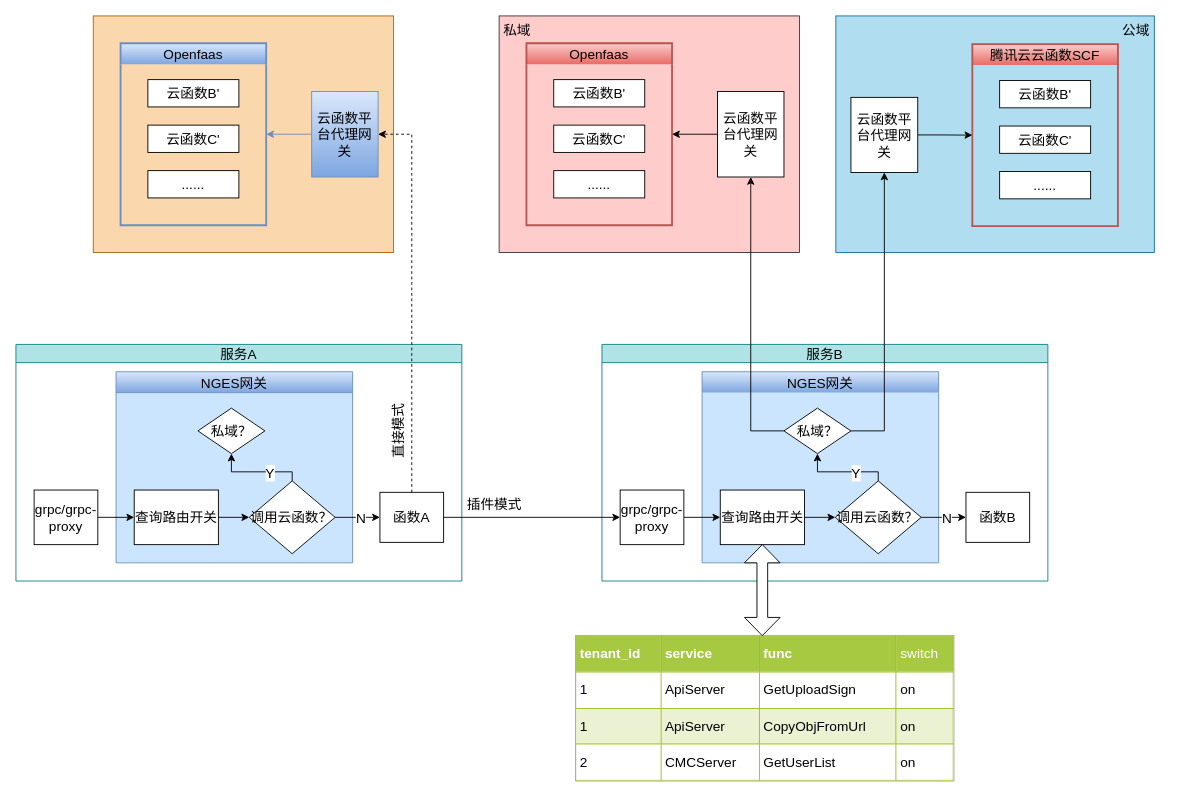
Above: page "Page-3" (1 of 5) of Untitled Diagram.drawio in hxchjm/drawio (draw.io), before the change. Source tidied: cells renumbered, new cells numbered last; positions are measured from the earlier drawing's top-left corner, leaving out a move shared by most shapes. Both pictures are drawn from the tidied source at 91%, with x=0, y=0 at pixel (15, 15).
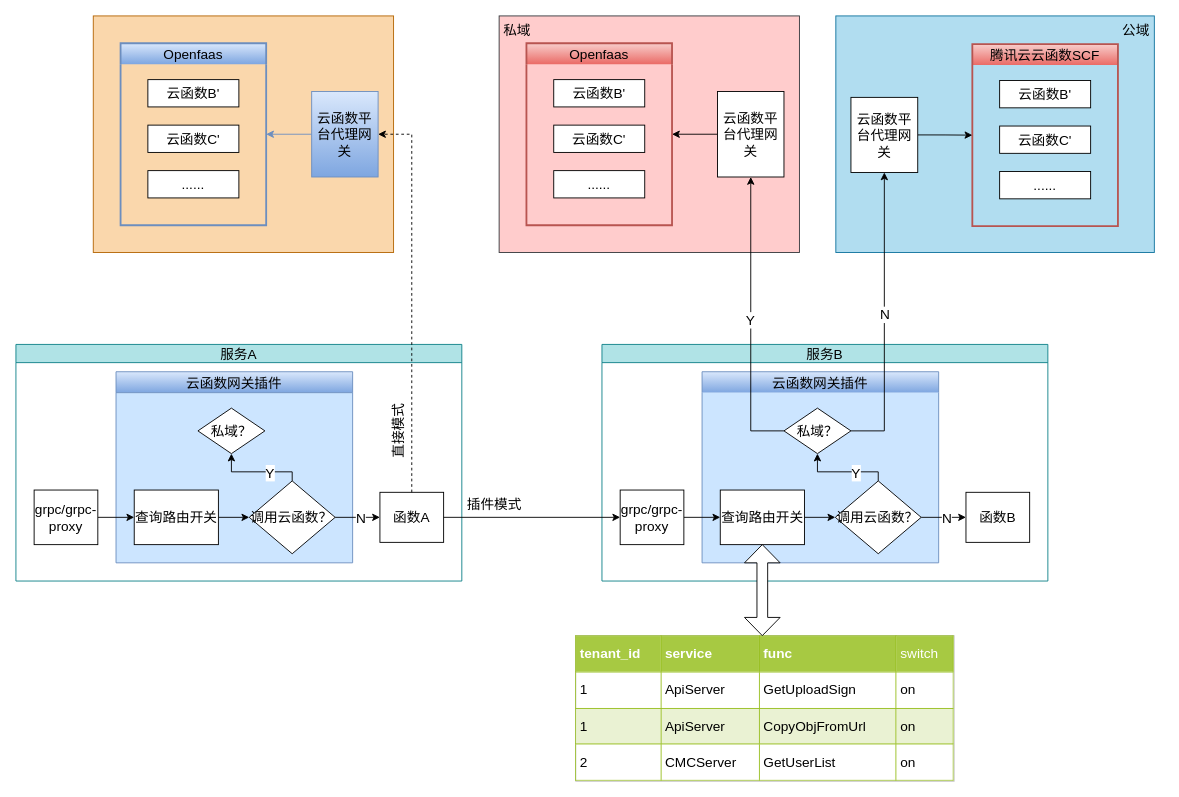
Above is the later version.

Unchanged cells that the change refers to:
```xml
<mxCell id="11" value="服务A" style="swimlane;startSize=20;horizontal=1;containerType=tree;fontSize=15;swimlaneFillColor=none;fontStyle=0;strokeColor=#0e8088;fillColor=#b0e3e6;" parent="1" vertex="1">
  <mxGeometry y="361" width="490" height="260" as="geometry" />
</mxCell>
<mxCell id="25" value="服务B" style="swimlane;startSize=20;horizontal=1;containerType=tree;fontSize=15;fontStyle=0;fillColor=#b0e3e6;strokeColor=#0e8088;fontColor=default;labelBorderColor=none;shadow=0;" parent="1" vertex="1">
  <mxGeometry x="644" y="361" width="490" height="260" as="geometry" />
</mxCell>
<mxCell id="38" style="edgeStyle=orthogonalEdgeStyle;rounded=0;jettySize=auto;html=1;exitX=0;exitY=0.5;exitDx=0;exitDy=0;fontSize=15;entryX=0.5;entryY=1;entryDx=0;entryDy=0;fontStyle=0;" parent="1" edge="1" source="32" target="10">
  <mxGeometry relative="1" as="geometry" />
</mxCell>
<mxCell id="46" style="edgeStyle=orthogonalEdgeStyle;rounded=0;jettySize=auto;html=1;exitX=1;exitY=0.5;exitDx=0;exitDy=0;entryX=0.5;entryY=1;entryDx=0;entryDy=0;fontSize=15;fontStyle=0;" parent="1" edge="1" source="32" target="45">
  <mxGeometry relative="1" as="geometry" />
</mxCell>
```

Change to the diagram source:
```diff
@@
-    <mxCell id="12" value="NGES网关" style="swimlane;fontSize=15;fontStyle=0;fillColor=#dae8fc;gradientColor=#7ea6e0;strokeColor=#6c8ebf;swimlaneFillColor=#CCE5FF;" parent="11" vertex="1">
+    <mxCell id="12" value="云函数网关插件" style="swimlane;fontSize=15;fontStyle=0;fillColor=#dae8fc;gradientColor=#7ea6e0;strokeColor=#6c8ebf;swimlaneFillColor=#CCE5FF;startSize=23;" parent="11" vertex="1">
       <mxGeometry x="110" y="30" width="260" height="210" as="geometry" />
     </mxCell>
@@
-    <mxCell id="26" value="NGES网关" style="swimlane;fontSize=15;fontStyle=0;fillColor=#dae8fc;gradientColor=#7ea6e0;strokeColor=#6c8ebf;swimlaneFillColor=#CCE5FF;swimlaneLine=0;shadow=0;strokeWidth=1;" parent="25" vertex="1">
+    <mxCell id="26" value="云函数网关插件" style="swimlane;fontSize=15;fontStyle=0;fillColor=#dae8fc;gradientColor=#7ea6e0;strokeColor=#6c8ebf;swimlaneFillColor=#CCE5FF;swimlaneLine=0;shadow=0;strokeWidth=1;" parent="25" vertex="1">
       <mxGeometry x="110" y="30" width="260" height="210" as="geometry" />
     </mxCell>
@@
+    <mxCell id="60" value="Y" style="edgeLabel;html=1;align=center;verticalAlign=middle;fontSize=15;fontColor=default;" parent="38" vertex="1">
+      <mxGeometry x="0.01" y="1" relative="1" as="geometry" />
+    </mxCell>
@@
+    <mxCell id="61" value="N" style="edgeLabel;html=1;align=center;verticalAlign=middle;fontSize=15;fontColor=default;" parent="46" vertex="1">
+      <mxGeometry x="0.03" relative="1" as="geometry" />
+    </mxCell>
```
